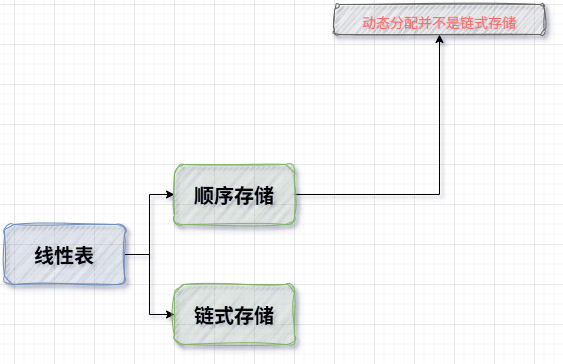
Above: LinearList/LinearList.drawio.png in kkakarots/ds (draw.io), before the change. Source tidied: cells renumbered, new cells last; positions are measured from the earlier drawing's top-left corner, leaving out a move shared by most shapes. Source of this version:
```xml
<mxGraphModel>
  <root>
    <mxCell id="0" />
    <mxCell id="1" parent="0" />
    <mxCell id="2" style="edgeStyle=orthogonalEdgeStyle;rounded=0;jettySize=auto;html=1;" parent="1" edge="1" source="4" target="6">
      <mxGeometry relative="1" as="geometry" />
    </mxCell>
    <mxCell id="3" style="edgeStyle=orthogonalEdgeStyle;rounded=0;jettySize=auto;html=1;entryX=0;entryY=0.5;entryDx=0;entryDy=0;" parent="1" edge="1" source="4" target="7">
      <mxGeometry relative="1" as="geometry" />
    </mxCell>
    <mxCell id="4" value="线性表" style="rounded=1;whiteSpace=wrap;html=1;fillColor=#dae8fc;strokeColor=#6c8ebf;fillStyle=hachure;fontFamily=Comic Sans MS;fontSize=20;fontStyle=1;labelBackgroundColor=none;labelBorderColor=none;textShadow=0;sketch=1;curveFitting=1;jiggle=2;glass=0;shadow=1;" parent="1" vertex="1">
      <mxGeometry y="220" width="120" height="60" as="geometry" />
    </mxCell>
    <mxCell id="5" style="edgeStyle=orthogonalEdgeStyle;rounded=0;jettySize=auto;html=1;" parent="1" edge="1" source="6" target="8">
      <mxGeometry relative="1" as="geometry" />
    </mxCell>
    <mxCell id="6" value="顺序存储" style="rounded=1;whiteSpace=wrap;html=1;fillColor=#d5e8d4;strokeColor=#82b366;fillStyle=hachure;fontFamily=Comic Sans MS;fontSize=20;fontStyle=1;labelBackgroundColor=none;labelBorderColor=none;textShadow=0;sketch=1;curveFitting=1;jiggle=2;glass=0;shadow=1;" parent="1" vertex="1">
      <mxGeometry x="170" y="160" width="120" height="60" as="geometry" />
    </mxCell>
    <mxCell id="7" value="链式存储" style="rounded=1;whiteSpace=wrap;html=1;fillColor=#d5e8d4;strokeColor=#82b366;fillStyle=hachure;fontFamily=Comic Sans MS;fontSize=20;fontStyle=1;labelBackgroundColor=none;labelBorderColor=none;textShadow=0;sketch=1;curveFitting=1;jiggle=2;glass=0;shadow=1;" parent="1" vertex="1">
      <mxGeometry x="170" y="280" width="120" height="60" as="geometry" />
    </mxCell>
    <mxCell id="8" value="&lt;font style=&quot;font-size: 14px; font-weight: normal;&quot;&gt;动态分配并不是链式存储&lt;/font&gt;" style="rounded=1;whiteSpace=wrap;html=1;fillColor=#f5f5f5;strokeColor=#666666;fillStyle=auto;fontFamily=Comic Sans MS;fontSize=20;fontStyle=1;labelBackgroundColor=none;labelBorderColor=none;textShadow=0;glass=0;shadow=1;fontColor=#FF6666;verticalAlign=middle;sketch=1;curveFitting=1;jiggle=2;" parent="1" vertex="1">
      <mxGeometry x="330" width="210" height="30" as="geometry" />
    </mxCell>
  </root>
</mxGraphModel>
```
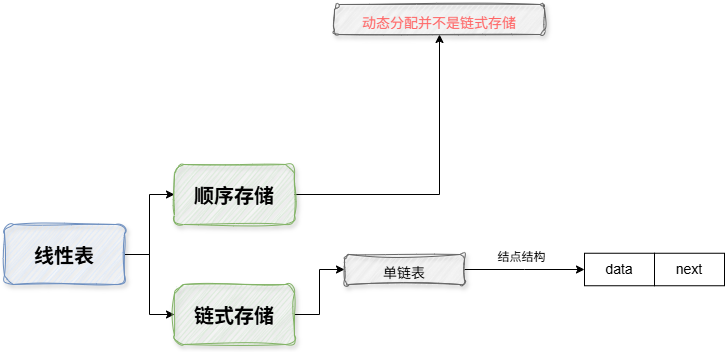
Later version of the same file.

Diff of the diagram source:
```diff
@@ -17,11 +17,31 @@
     <mxCell id="6" value="顺序存储" style="rounded=1;whiteSpace=wrap;html=1;fillColor=#d5e8d4;strokeColor=#82b366;fillStyle=hachure;fontFamily=Comic Sans MS;fontSize=20;fontStyle=1;labelBackgroundColor=none;labelBorderColor=none;textShadow=0;sketch=1;curveFitting=1;jiggle=2;glass=0;shadow=1;" parent="1" vertex="1">
       <mxGeometry x="170" y="160" width="120" height="60" as="geometry" />
     </mxCell>
+    <mxCell id="9" style="edgeStyle=orthogonalEdgeStyle;rounded=0;jettySize=auto;html=1;" parent="1" edge="1" source="7" target="11">
+      <mxGeometry relative="1" as="geometry" />
+    </mxCell>
     <mxCell id="7" value="链式存储" style="rounded=1;whiteSpace=wrap;html=1;fillColor=#d5e8d4;strokeColor=#82b366;fillStyle=hachure;fontFamily=Comic Sans MS;fontSize=20;fontStyle=1;labelBackgroundColor=none;labelBorderColor=none;textShadow=0;sketch=1;curveFitting=1;jiggle=2;glass=0;shadow=1;" parent="1" vertex="1">
       <mxGeometry x="170" y="280" width="120" height="60" as="geometry" />
     </mxCell>
     <mxCell id="8" value="&lt;font style=&quot;font-size: 14px; font-weight: normal;&quot;&gt;动态分配并不是链式存储&lt;/font&gt;" style="rounded=1;whiteSpace=wrap;html=1;fillColor=#f5f5f5;strokeColor=#666666;fillStyle=auto;fontFamily=Comic Sans MS;fontSize=20;fontStyle=1;labelBackgroundColor=none;labelBorderColor=none;textShadow=0;glass=0;shadow=1;fontColor=#FF6666;verticalAlign=middle;sketch=1;curveFitting=1;jiggle=2;" parent="1" vertex="1">
       <mxGeometry x="330" width="210" height="30" as="geometry" />
     </mxCell>
+    <mxCell id="10" style="edgeStyle=orthogonalEdgeStyle;rounded=0;jettySize=auto;html=1;" parent="1" edge="1" source="11">
+      <mxGeometry relative="1" as="geometry">
+        <mxPoint x="580" y="265" as="targetPoint" />
+      </mxGeometry>
+    </mxCell>
+    <mxCell id="11" value="&lt;span style=&quot;font-size: 14px; font-weight: 400;&quot;&gt;单链表&lt;/span&gt;" style="rounded=1;whiteSpace=wrap;html=1;fillColor=#f5f5f5;strokeColor=#666666;fillStyle=auto;fontFamily=Comic Sans MS;fontSize=20;fontStyle=1;labelBackgroundColor=none;labelBorderColor=none;textShadow=0;glass=0;shadow=1;fontColor=#000000;verticalAlign=middle;sketch=1;curveFitting=1;jiggle=2;" parent="1" vertex="1">
+      <mxGeometry x="340" y="250" width="120" height="30" as="geometry" />
+    </mxCell>
+    <mxCell id="12" value="结点结构" style="text;html=1;align=center;verticalAlign=middle;strokeColor=none;fillColor=none;" parent="1" vertex="1">
+      <mxGeometry x="482" y="238" width="70" height="30" as="geometry" />
+    </mxCell>
+    <mxCell id="13" value="data" style="rounded=0;whiteSpace=wrap;html=1;fontSize=14;" parent="1" vertex="1">
+      <mxGeometry x="580" y="248.8" width="70" height="32.5" as="geometry" />
+    </mxCell>
+    <mxCell id="14" value="next" style="rounded=0;whiteSpace=wrap;html=1;fontSize=14;" parent="1" vertex="1">
+      <mxGeometry x="650" y="248.8" width="70" height="32.5" as="geometry" />
+    </mxCell>
   </root>
 </mxGraphModel>
```
